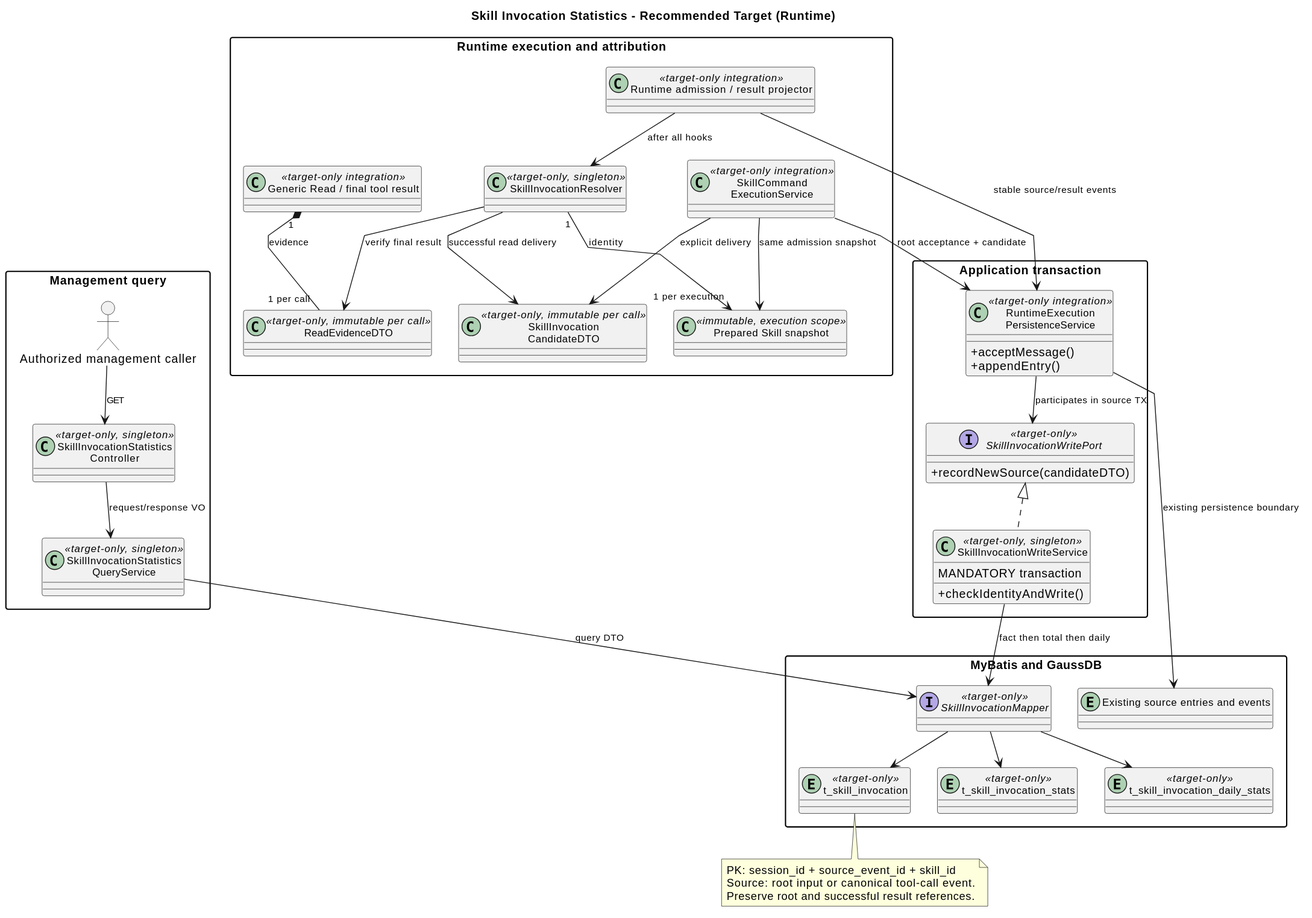
Before: 04-命令与技能/03-Skill加载统计/skill_load_statistics_classes.svg, a diagram exported from PlantUML (ssm0808/pi-mono-java-design).
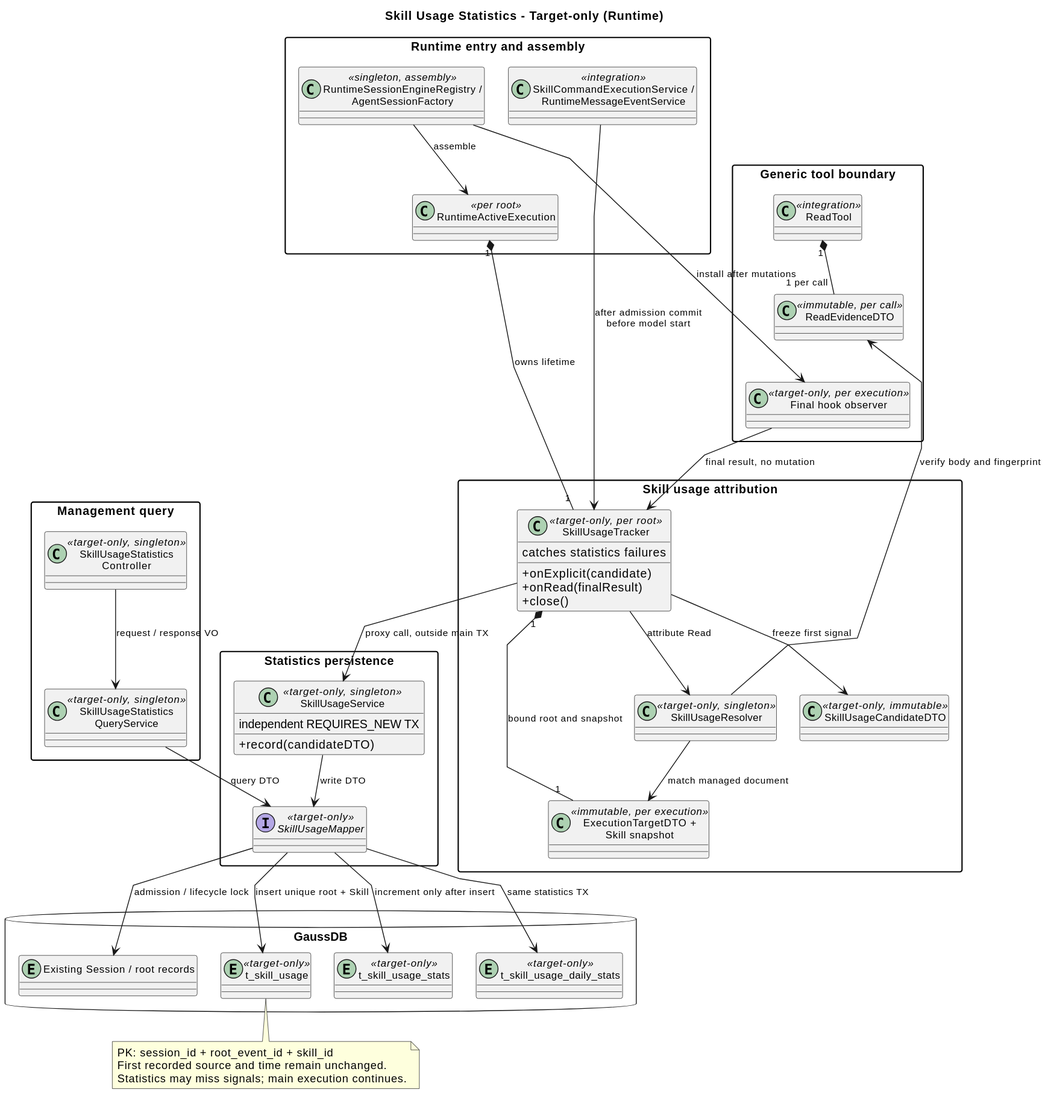
The same diagram one commit later.

Diff of the diagram source:
```diff
@@ -1,74 +1,80 @@
 @startuml
 allowmixing
-title Skill Invocation Statistics - Recommended Target (Runtime)
+title Skill Usage Statistics - Target-only (Runtime)
 top to bottom direction
 skinparam shadowing false
 skinparam backgroundColor #FFFFFF
 skinparam linetype polyline
-skinparam nodesep 32
-skinparam ranksep 42
+skinparam nodesep 28
+skinparam ranksep 35
 skinparam classAttributeIconSize 0
 skinparam packageStyle rectangle
 skinparam defaultFontName SansSerif
 skinparam ArrowFontSize 11
 skinparam classFontSize 12
-
+package "Runtime entry and assembly" {
+  class "SkillCommandExecutionService /\nRuntimeMessageEventService" as Command <<integration>>
+  class "RuntimeActiveExecution" as Execution <<per root>>
+  class "RuntimeSessionEngineRegistry /\nAgentSessionFactory" as Factory <<singleton, assembly>>
+}
+package "Generic tool boundary" {
+  class "ReadTool" as Read <<integration>>
+  class "ReadEvidenceDTO" as Evidence <<immutable, per call>>
+  class "Final hook observer" as Observer <<target-only, per execution>>
+}
+package "Skill usage attribution" {
+  class "ExecutionTargetDTO +\nSkill snapshot" as Snapshot <<immutable, per execution>>
+  class "SkillUsageResolver" as Resolver <<target-only, singleton>>
+  class "SkillUsageTracker" as Tracker <<target-only, per root>> {
+    +onExplicit(candidate)
+    +onRead(finalResult)
+    +close()
+    catches statistics failures
+  }
+  class "SkillUsageCandidateDTO" as Candidate <<target-only, immutable>>
+}
 package "Management query" {
-  actor "Authorized management caller" as Caller
-  class "SkillInvocationStatistics\nController" as Controller <<target-only, singleton>>
-  class "SkillInvocationStatistics\nQueryService" as Query <<target-only, singleton>>
+  class "SkillUsageStatistics\nController" as Controller <<target-only, singleton>>
+  class "SkillUsageStatistics\nQueryService" as Query <<target-only, singleton>>
 }
-package "Runtime execution and attribution" {
-  class "SkillCommand\nExecutionService" as Command <<target-only integration>>
-  class "Generic Read / final tool result" as Read <<target-only integration>>
-  class "ReadEvidenceDTO" as Evidence <<target-only, immutable per call>>
-  class "Prepared Skill snapshot" as Snapshot <<immutable, execution scope>>
-  class "SkillInvocationResolver" as Resolver <<target-only, singleton>>
-  class "SkillInvocation\nCandidateDTO" as Candidate <<target-only, immutable per call>>
-  class "Runtime admission / result projector" as Projector <<target-only integration>>
+package "Statistics persistence" {
+  class "SkillUsageService" as Writer <<target-only, singleton>> {
+    +record(candidateDTO)
+    independent REQUIRES_NEW TX
+  }
+  interface "SkillUsageMapper" as Mapper <<target-only>>
 }
-package "Application transaction" {
-  class "RuntimeExecution\nPersistenceService" as Owner <<target-only integration>> {
-    +acceptMessage()
-    +appendEntry()
-  }
-  interface "SkillInvocationWritePort" as Port <<target-only>> {
-    +recordNewSource(candidateDTO)
-  }
-  class "SkillInvocationWriteService" as Writer <<target-only, singleton>> {
-    MANDATORY transaction
-    +checkIdentityAndWrite()
-  }
+database "GaussDB" {
+    entity "Existing Session / root records" as Session
+    entity "t_skill_usage" as Fact <<target-only>>
+    entity "t_skill_usage_stats" as Total <<target-only>>
+    entity "t_skill_usage_daily_stats" as Daily <<target-only>>
 }
-package "MyBatis and GaussDB" {
-  interface "SkillInvocationMapper" as Mapper <<target-only>>
-  entity "Existing source entries and events" as Events
-  entity "t_skill_invocation" as Fact <<target-only>>
-  entity "t_skill_invocation_stats" as Total <<target-only>>
-  entity "t_skill_invocation_daily_stats" as Daily <<target-only>>
-}
-Caller --> Controller : GET
-Controller --> Query : request/response VO
+Factory --> Execution : assemble
+Writer -[hidden]right-> Controller
+Factory -[norank]-> Observer : install after mutations
+Execution "1" *-- "1" Tracker : owns lifetime
+Tracker "1" *-- "1" Snapshot : bound root and snapshot
+Command --> Tracker : after admission commit\nbefore model start
+Read "1" *-- "1 per call" Evidence
+Evidence -[hidden]down-> Observer
+Execution -[hidden]right-> Read
+Observer --> Tracker : final result, no mutation
+Tracker --> Resolver : attribute Read
+Resolver -[norank]-> Evidence : verify body and fingerprint
+Resolver --> Snapshot : match managed document
+Tracker --> Candidate : freeze first signal
+Tracker --> Writer : proxy call, outside main TX
+Controller --> Query : request / response VO
 Query --> Mapper : query DTO
-Command --> Snapshot : same admission snapshot
-Command --> Candidate : explicit delivery
-Read "1" *-- "1 per call" Evidence : evidence
-Resolver --> Evidence : verify final result
-Resolver "1" --> "1 per execution" Snapshot : identity
-Resolver --> Candidate : successful read delivery
-Projector --> Resolver : after all hooks
-Projector --> Owner : stable source/result events
-Command --> Owner : root acceptance + candidate
-Owner --> Port : participates in source TX
-Port <|.. Writer
-Writer --> Mapper : fact then total then daily
-Mapper --> Fact
-Mapper --> Total
-Mapper --> Daily
-Owner --> Events : existing persistence boundary
+Writer --> Mapper : write DTO
+Mapper --> Session : admission / lifecycle lock
+Mapper --> Fact : insert unique root + Skill
+Mapper --> Total : increment only after insert
+Mapper --> Daily : same statistics TX
 note bottom of Fact
-  PK: session_id + source_event_id + skill_id
-  Source: root input or canonical tool-call event.
-  Preserve root and successful result references.
+  PK: session_id + root_event_id + skill_id
+  First recorded source and time remain unchanged.
+  Statistics may miss signals; main execution continues.
 end note
 @enduml
```
